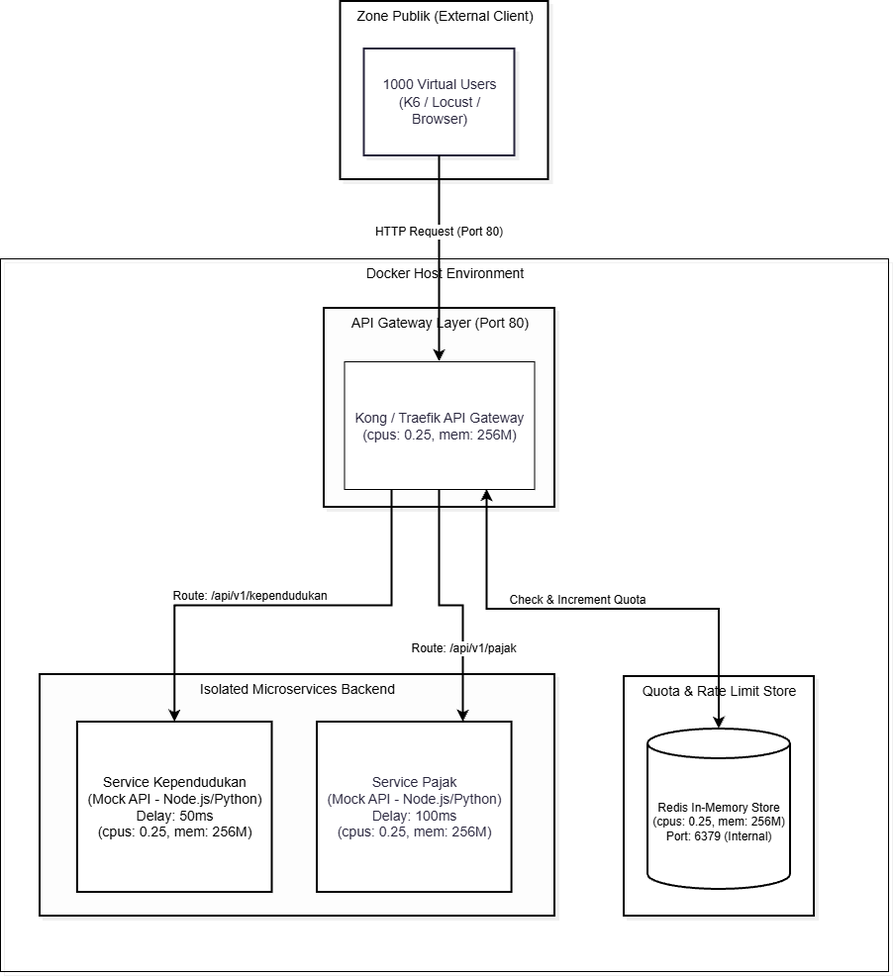
Before: Diagram Arsitektur.png, a diagram exported from draw.io (MahirFadha/smartcity-elastic-api-gateway). Source tidied: cells renumbered, new cells last; positions are measured from the earlier drawing's top-left corner, leaving out a move shared by most shapes.
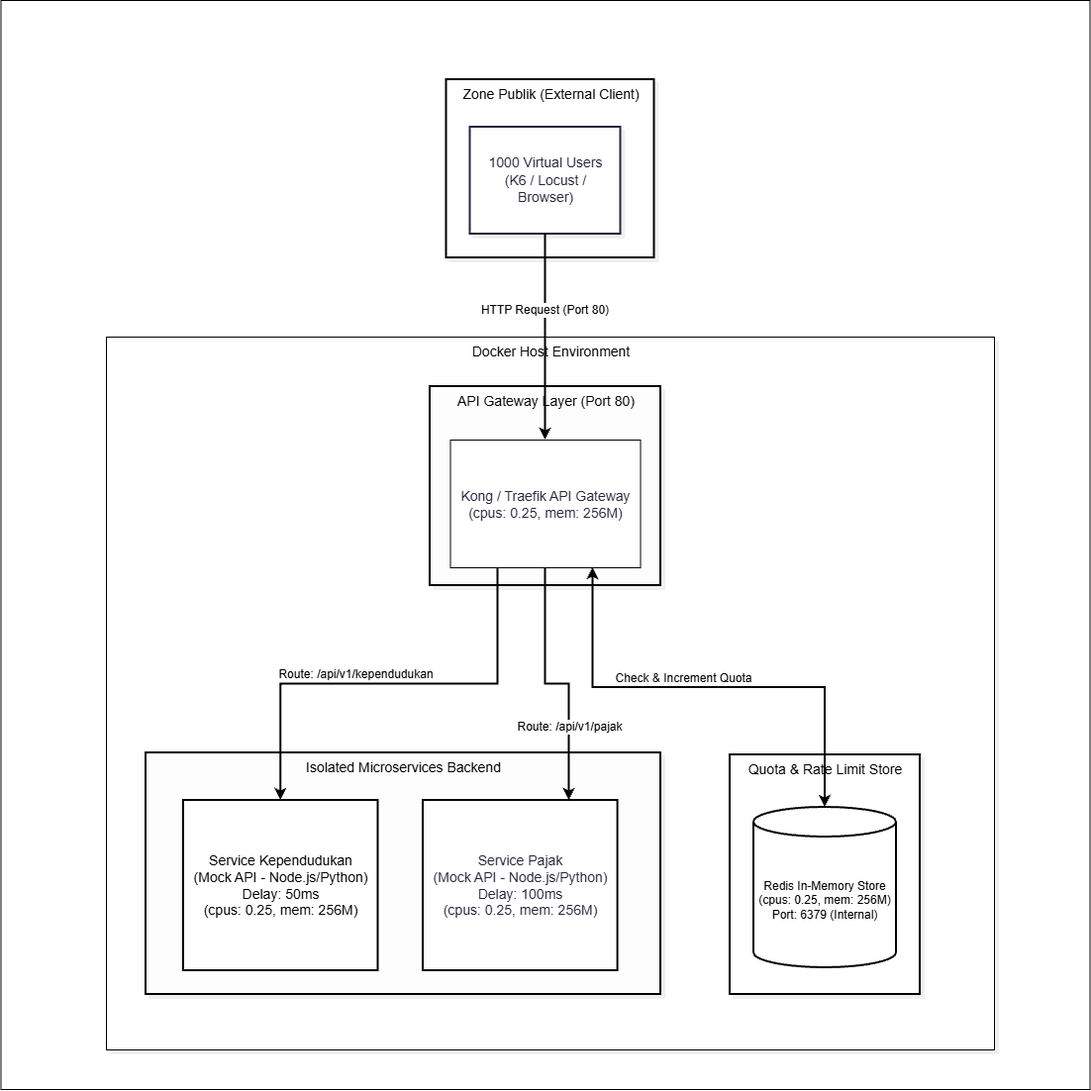
After the change.

Commit message:
feat: complete docker-compose, gateway routing, redis rate limit, and mock services

Diff of the diagram source:
```diff
@@ -2,63 +2,66 @@
   <root>
     <mxCell id="0" />
     <mxCell id="1" parent="0" />
-    <mxCell id="2" value="Docker Host Environment" style="html=1;whiteSpace=nowrap;strokeWidth=1;verticalAlign=top;fillColor=none;strokeColor=#000000;fontColor=#000000;fontFamily=Helvetica;fontSize=14;shadow=1;shadowColor=#000000;shadowOffsetX=4;shadowOffsetY=4;shadowBlur=0;shadowOpacity=6;" parent="1" vertex="1">
-      <mxGeometry y="260" width="897" height="720" as="geometry" />
+    <mxCell id="2" style="whiteSpace=wrap;html=1;" parent="1" vertex="1">
+      <mxGeometry x="-106.5" y="-80" width="1100" height="1100" as="geometry" />
     </mxCell>
-    <mxCell id="3" value="Isolated Microservices Backend" style="html=1;whiteSpace=nowrap;strokeWidth=2;verticalAlign=top;fillColor=#FDFDFD;strokeColor=#000000;fontColor=#000000;fontFamily=Helvetica;fontSize=14;shadow=1;shadowColor=#000000;shadowOffsetX=4;shadowOffsetY=4;shadowBlur=0;shadowOpacity=6;" parent="1" vertex="1">
-      <mxGeometry x="40" y="680" width="520" height="244" as="geometry" />
+    <mxCell id="3" value="Docker Host Environment" style="html=1;whiteSpace=nowrap;strokeWidth=1;verticalAlign=top;fillColor=default;strokeColor=#000000;fontColor=#000000;fontFamily=Helvetica;fontSize=14;shadow=1;shadowColor=#000000;shadowOffsetX=4;shadowOffsetY=4;shadowBlur=0;shadowOpacity=6;" parent="1" vertex="1">
+      <mxGeometry y="260" width="897" height="720" as="geometry" />
     </mxCell>
-    <mxCell id="4" value="&lt;div&gt;Service Kependudukan&lt;/div&gt;&lt;div&gt;(Mock API - Node.js/Python)&lt;/div&gt;&lt;div&gt;Delay: 50ms&lt;/div&gt;&lt;div&gt;(cpus: 0.25, mem: 256M)&lt;/div&gt;" style="rounded=0;whiteSpace=wrap;html=1;strokeWidth=2;fontSize=14;" parent="3" vertex="1">
-      <mxGeometry x="37.9" y="48" width="196.6" height="172" as="geometry" />
+    <mxCell id="4" value="Isolated Microservices Backend" style="html=1;whiteSpace=nowrap;strokeWidth=2;verticalAlign=top;fillColor=#FDFDFD;strokeColor=#000000;fontColor=#000000;fontFamily=Helvetica;fontSize=14;shadow=1;shadowColor=#000000;shadowOffsetX=4;shadowOffsetY=4;shadowBlur=0;shadowOpacity=6;" parent="1" vertex="1">
+      <mxGeometry x="40" y="680" width="520" height="244" as="geometry" />
     </mxCell>
-    <mxCell id="5" value="&lt;span style=&quot;color: rgb(40, 37, 61);&quot;&gt;Service Pajak&lt;/span&gt;&lt;br style=&quot;color: rgb(40, 37, 61);&quot;&gt;&lt;span style=&quot;color: rgb(40, 37, 61);&quot;&gt;(Mock API - Node.js/Python)&lt;/span&gt;&lt;br style=&quot;color: rgb(40, 37, 61);&quot;&gt;&lt;span style=&quot;color: rgb(40, 37, 61);&quot;&gt;Delay: 100ms&lt;/span&gt;&lt;br style=&quot;color: rgb(40, 37, 61);&quot;&gt;&lt;span style=&quot;color: rgb(40, 37, 61);&quot;&gt;(cpus: 0.25, mem: 256M)&lt;/span&gt;" style="rounded=0;whiteSpace=wrap;html=1;strokeWidth=2;fontSize=14;" parent="3" vertex="1">
-      <mxGeometry x="280" y="48" width="196.6" height="172" as="geometry" />
+    <mxCell id="5" value="&lt;div&gt;Service Kependudukan&lt;/div&gt;&lt;div&gt;(Mock API - Node.js/Python)&lt;/div&gt;&lt;div&gt;Delay: 50ms&lt;/div&gt;&lt;div&gt;(cpus: 0.25, mem: 256M)&lt;/div&gt;" style="rounded=0;whiteSpace=wrap;html=1;strokeWidth=2;fontSize=14;" parent="4" vertex="1">
+      <mxGeometry x="37.9" y="48" width="196.6" height="172" as="geometry" />
     </mxCell>
-    <mxCell id="6" value="Zone Publik (External Client)" style="html=1;whiteSpace=nowrap;strokeWidth=2;verticalAlign=top;fillColor=#FFFFFF;strokeColor=#000000;fontColor=#000000;fontFamily=Helvetica;fontSize=14;shadow=1;shadowColor=#000000;shadowOffsetX=4;shadowOffsetY=4;shadowBlur=0;shadowOpacity=6;" parent="1" vertex="1">
-      <mxGeometry x="343.5" width="210" height="180" as="geometry" />
+    <mxCell id="6" value="&lt;span style=&quot;color: rgb(40, 37, 61);&quot;&gt;Service Pajak&lt;/span&gt;&lt;br style=&quot;color: rgb(40, 37, 61);&quot;&gt;&lt;span style=&quot;color: rgb(40, 37, 61);&quot;&gt;(Mock API - Node.js/Python)&lt;/span&gt;&lt;br style=&quot;color: rgb(40, 37, 61);&quot;&gt;&lt;span style=&quot;color: rgb(40, 37, 61);&quot;&gt;Delay: 100ms&lt;/span&gt;&lt;br style=&quot;color: rgb(40, 37, 61);&quot;&gt;&lt;span style=&quot;color: rgb(40, 37, 61);&quot;&gt;(cpus: 0.25, mem: 256M)&lt;/span&gt;" style="rounded=0;whiteSpace=wrap;html=1;strokeWidth=2;fontSize=14;" parent="4" vertex="1">
+      <mxGeometry x="280" y="48" width="196.6" height="172" as="geometry" />
     </mxCell>
-    <mxCell id="7" value="&lt;font face=&quot;Helvetica&quot;&gt;1000 Virtual Users (K6 / Locust / Browser)&lt;/font&gt;" style="html=1;whiteSpace=wrap;strokeWidth=2;fillColor=#ffffff;strokeColor=#28253D;fontColor=#28253D;fontFamily=Recursive;fontSize=14;shadow=1;shadowColor=#000000;shadowOffsetX=4;shadowOffsetY=4;shadowBlur=0;shadowOpacity=6;labelWidth=120;fontSource=https%3A%2F%2Ffonts.googleapis.com%2Fcss%3Ffamily%3DRecursive;" parent="6" vertex="1">
-      <mxGeometry x="24" y="48" width="152" height="108" as="geometry" />
+    <mxCell id="7" value="Zone Publik (External Client)" style="html=1;whiteSpace=nowrap;strokeWidth=2;verticalAlign=top;fillColor=#FFFFFF;strokeColor=#000000;fontColor=#000000;fontFamily=Helvetica;fontSize=14;shadow=1;shadowColor=#000000;shadowOffsetX=4;shadowOffsetY=4;shadowBlur=0;shadowOpacity=6;" parent="1" vertex="1">
+      <mxGeometry x="343.5" width="210" height="180" as="geometry" />
     </mxCell>
-    <mxCell id="8" value="Quota &amp;amp; Rate Limit Store" style="html=1;whiteSpace=nowrap;strokeWidth=2;verticalAlign=top;fillColor=#FFFFFF;strokeColor=light-dark(#000000, #00758d);fontColor=#000000;fontFamily=Helvetica;fontSize=14;shadow=1;shadowColor=#000000;shadowOffsetX=4;shadowOffsetY=4;shadowBlur=0;shadowOpacity=6;" parent="1" vertex="1">
-      <mxGeometry x="630" y="682" width="192" height="242" as="geometry" />
+    <mxCell id="8" value="&lt;font face=&quot;Helvetica&quot;&gt;1000 Virtual Users (K6 / Locust / Browser)&lt;/font&gt;" style="html=1;whiteSpace=wrap;strokeWidth=2;fillColor=#ffffff;strokeColor=#28253D;fontColor=#28253D;fontFamily=Recursive;fontSize=14;shadow=1;shadowColor=#000000;shadowOffsetX=4;shadowOffsetY=4;shadowBlur=0;shadowOpacity=6;labelWidth=120;fontSource=https%3A%2F%2Ffonts.googleapis.com%2Fcss%3Ffamily%3DRecursive;" parent="7" vertex="1">
+      <mxGeometry x="24" y="48" width="152" height="108" as="geometry" />
     </mxCell>
-    <mxCell id="9" value="Redis In-Memory Store&lt;br/&gt;(cpus: 0.25, mem: 256M)&lt;br/&gt;Port: 6379 (Internal)" style="shape=cylinder3;whiteSpace=wrap;html=1;boundedLbl=1;backgroundOutline=1;size=15;strokeWidth=2;" parent="1" vertex="1">
-      <mxGeometry x="654" y="735" width="144" height="162" as="geometry" />
+    <mxCell id="9" value="Quota &amp;amp; Rate Limit Store" style="html=1;whiteSpace=nowrap;strokeWidth=2;verticalAlign=top;fillColor=#FFFFFF;strokeColor=light-dark(#000000, #00758d);fontColor=#000000;fontFamily=Helvetica;fontSize=14;shadow=1;shadowColor=#000000;shadowOffsetX=4;shadowOffsetY=4;shadowBlur=0;shadowOpacity=6;" parent="1" vertex="1">
+      <mxGeometry x="630" y="682" width="192" height="242" as="geometry" />
     </mxCell>
-    <mxCell id="10" value="API Gateway Layer (Port 80)" style="html=1;whiteSpace=nowrap;strokeWidth=2;verticalAlign=top;fillColor=#FDFDFD;strokeColor=#000000;fontColor=#000000;fontFamily=Helvetica;fontSize=14;shadow=1;shadowColor=#000000;shadowOffsetX=4;shadowOffsetY=4;shadowBlur=0;shadowOpacity=6;" parent="1" vertex="1">
-      <mxGeometry x="327" y="310" width="233" height="201" as="geometry" />
+    <mxCell id="10" value="Redis In-Memory Store&lt;br/&gt;(cpus: 0.25, mem: 256M)&lt;br/&gt;Port: 6379 (Internal)" style="shape=cylinder3;whiteSpace=wrap;html=1;boundedLbl=1;backgroundOutline=1;size=15;strokeWidth=2;" parent="1" vertex="1">
+      <mxGeometry x="654" y="735" width="144" height="162" as="geometry" />
     </mxCell>
-    <mxCell id="11" style="edgeStyle=orthogonalEdgeStyle;rounded=0;jettySize=auto;html=1;exitX=0.25;exitY=1;exitDx=0;exitDy=0;entryX=0.5;entryY=0;entryDx=0;entryDy=0;strokeWidth=2;" parent="1" edge="1" source="15" target="4">
-      <mxGeometry relative="1" as="geometry" />
+    <mxCell id="11" value="API Gateway Layer (Port 80)" style="html=1;whiteSpace=nowrap;strokeWidth=2;verticalAlign=top;fillColor=#FDFDFD;strokeColor=#000000;fontColor=#000000;fontFamily=Helvetica;fontSize=14;shadow=1;shadowColor=#000000;shadowOffsetX=4;shadowOffsetY=4;shadowBlur=0;shadowOpacity=6;" parent="1" vertex="1">
+      <mxGeometry x="327" y="310" width="233" height="201" as="geometry" />
     </mxCell>
-    <mxCell id="12" value="Route: /api/v1/kependudukan" style="edgeLabel;html=1;align=center;verticalAlign=middle;fontSize=12;" parent="11" vertex="1">
-      <mxGeometry x="0.42" y="-5" relative="1" as="geometry">
-        <mxPoint x="60" y="-5" as="offset" />
-      </mxGeometry>
+    <mxCell id="12" style="edgeStyle=orthogonalEdgeStyle;rounded=0;jettySize=auto;html=1;exitX=0.25;exitY=1;exitDx=0;exitDy=0;entryX=0.5;entryY=0;entryDx=0;entryDy=0;strokeWidth=2;" parent="1" edge="1" source="16" target="5">
+      <mxGeometry relative="1" as="geometry" />
     </mxCell>
-    <mxCell id="13" style="edgeStyle=orthogonalEdgeStyle;rounded=0;jettySize=auto;html=1;exitX=0.5;exitY=1;exitDx=0;exitDy=0;entryX=0.75;entryY=0;entryDx=0;entryDy=0;strokeWidth=2;" parent="1" edge="1" source="15" target="5">
-      <mxGeometry relative="1" as="geometry" />
+    <mxCell id="13" value="Route: /api/v1/kependudukan" style="edgeLabel;html=1;align=center;verticalAlign=middle;fontSize=12;" parent="12" vertex="1">
+      <mxGeometry x="0.42" y="-5" relative="1" as="geometry">
+        <mxPoint x="60" y="-5" as="offset" />
+      </mxGeometry>
     </mxCell>
-    <mxCell id="14" value="Route: /api/v1/pajak" style="edgeLabel;html=1;align=center;verticalAlign=middle;fontSize=12;" parent="13" vertex="1">
-      <mxGeometry x="0.43" relative="1" as="geometry" />
+    <mxCell id="14" style="edgeStyle=orthogonalEdgeStyle;rounded=0;jettySize=auto;html=1;exitX=0.5;exitY=1;exitDx=0;exitDy=0;entryX=0.75;entryY=0;entryDx=0;entryDy=0;strokeWidth=2;" parent="1" edge="1" source="16" target="6">
+      <mxGeometry relative="1" as="geometry" />
     </mxCell>
-    <mxCell id="15" value="&lt;span style=&quot;color: rgb(40, 37, 61); font-size: 14px;&quot;&gt;Kong / Traefik API Gateway&lt;/span&gt;&lt;br style=&quot;color: rgb(40, 37, 61); font-size: 14px;&quot;&gt;&lt;span style=&quot;color: rgb(40, 37, 61); font-size: 14px;&quot;&gt;(cpus: 0.25, mem: 256M)&lt;/span&gt;" style="rounded=0;whiteSpace=wrap;html=1;" parent="1" vertex="1">
-      <mxGeometry x="347.5" y="364" width="192" height="129" as="geometry" />
+    <mxCell id="15" value="Route: /api/v1/pajak" style="edgeLabel;html=1;align=center;verticalAlign=middle;points=[];fontSize=12;" parent="14" vertex="1">
+      <mxGeometry x="0.43" relative="1" as="geometry" />
     </mxCell>
-    <mxCell id="16" style="edgeStyle=orthogonalEdgeStyle;rounded=0;jettySize=auto;html=1;exitX=0.75;exitY=1;exitDx=0;exitDy=0;entryX=0.5;entryY=0;entryDx=0;entryDy=0;entryPerimeter=0;startArrow=classic;startFill=1;strokeWidth=2;" parent="1" edge="1" source="15" target="9">
-      <mxGeometry relative="1" as="geometry" />
+    <mxCell id="16" value="&lt;span style=&quot;color: rgb(40, 37, 61); font-size: 14px;&quot;&gt;Kong / Traefik API Gateway&lt;/span&gt;&lt;br style=&quot;color: rgb(40, 37, 61); font-size: 14px;&quot;&gt;&lt;span style=&quot;color: rgb(40, 37, 61); font-size: 14px;&quot;&gt;(cpus: 0.25, mem: 256M)&lt;/span&gt;" style="rounded=0;whiteSpace=wrap;html=1;" parent="1" vertex="1">
+      <mxGeometry x="347.5" y="364" width="192" height="129" as="geometry" />
     </mxCell>
-    <mxCell id="17" value="Check &amp;amp; Increment Quota" style="edgeLabel;html=1;align=center;verticalAlign=middle;fontSize=12;" parent="16" vertex="1">
-      <mxGeometry x="-0.11" y="4" relative="1" as="geometry">
-        <mxPoint y="-6" as="offset" />
-      </mxGeometry>
+    <mxCell id="17" style="edgeStyle=orthogonalEdgeStyle;rounded=0;jettySize=auto;html=1;exitX=0.75;exitY=1;exitDx=0;exitDy=0;entryX=0.5;entryY=0;entryDx=0;entryDy=0;entryPerimeter=0;startArrow=classic;startFill=1;strokeWidth=2;" parent="1" edge="1" source="16" target="10">
+      <mxGeometry relative="1" as="geometry" />
     </mxCell>
-    <mxCell id="18" style="edgeStyle=orthogonalEdgeStyle;rounded=0;jettySize=auto;html=1;exitX=0.5;exitY=1;exitDx=0;exitDy=0;entryX=0.5;entryY=0;entryDx=0;entryDy=0;strokeWidth=2;" parent="1" edge="1" source="7" target="15">
-      <mxGeometry relative="1" as="geometry" />
+    <mxCell id="18" value="Check &amp;amp; Increment Quota" style="edgeLabel;html=1;align=center;verticalAlign=middle;fontSize=12;" parent="17" vertex="1">
+      <mxGeometry x="-0.11" y="4" relative="1" as="geometry">
+        <mxPoint y="-6" as="offset" />
+      </mxGeometry>
     </mxCell>
-    <mxCell id="19" value="HTTP Request (Port 80)" style="edgeLabel;html=1;align=center;verticalAlign=middle;fontSize=12;" parent="18" vertex="1">
-      <mxGeometry x="-0.27" y="-1" relative="1" as="geometry" />
+    <mxCell id="19" style="edgeStyle=orthogonalEdgeStyle;rounded=0;jettySize=auto;html=1;exitX=0.5;exitY=1;exitDx=0;exitDy=0;entryX=0.5;entryY=0;entryDx=0;entryDy=0;strokeWidth=2;" parent="1" edge="1" source="8" target="16">
+      <mxGeometry relative="1" as="geometry" />
     </mxCell>
+    <mxCell id="20" value="HTTP Request (Port 80)" style="edgeLabel;html=1;align=center;verticalAlign=middle;fontSize=12;" parent="19" vertex="1">
+      <mxGeometry x="-0.27" y="-1" relative="1" as="geometry" />
+    </mxCell>
   </root>
 </mxGraphModel>
```
